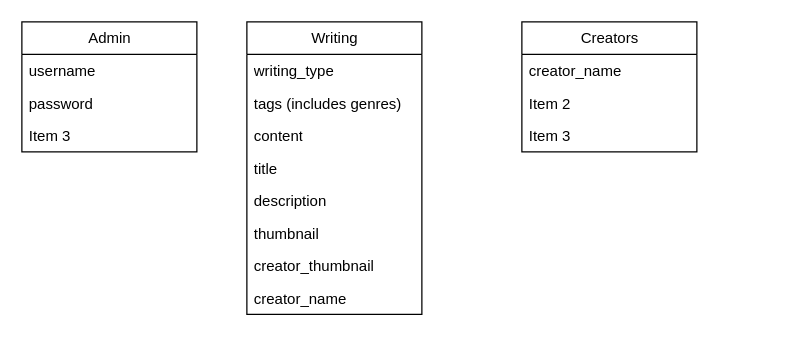
This is schema.drawio from Matt-Eva/stoicelm-express, a draw.io file, before an edit. Source tidied: cells renumbered, new cells numbered last; positions are measured from the earlier drawing's top-left corner, leaving out a move shared by most shapes. Both pictures are drawn from the tidied source at 125%, with x=0, y=0 at pixel (21, 21).
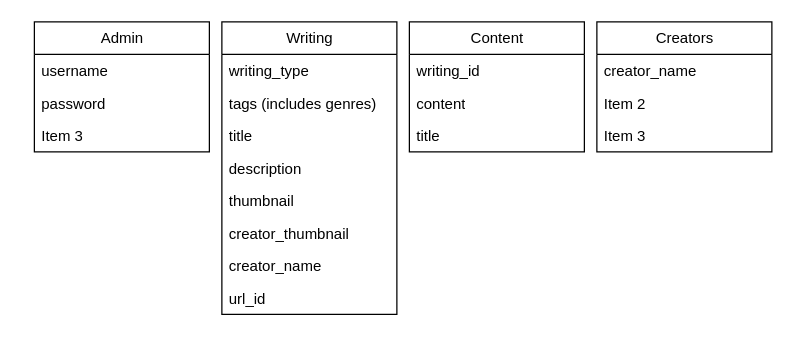
The same page after the edit.

Commit message:
added content table to diagram

Change to the diagram source:
```diff
@@
     <mxCell id="2" value="Admin" style="swimlane;fontStyle=0;horizontal=1;startSize=26;fillColor=none;html=1;" parent="1" vertex="1">
-      <mxGeometry width="140" height="104" as="geometry" />
+      <mxGeometry x="10" width="140" height="104" as="geometry" />
     </mxCell>
@@
     <mxCell id="6" value="Writing" style="swimlane;fontStyle=0;horizontal=1;startSize=26;fillColor=none;html=1;" parent="1" vertex="1">
-      <mxGeometry x="180" width="140" height="234" as="geometry" />
+      <mxGeometry x="160" width="140" height="234" as="geometry" />
     </mxCell>
@@
-    <mxCell id="9" value="content" style="text;strokeColor=none;fillColor=none;align=left;verticalAlign=top;spacingLeft=4;spacingRight=4;overflow=hidden;whiteSpace=wrap;html=1;" parent="6" vertex="1">
-      <mxGeometry y="78" width="140" height="26" as="geometry" />
-    </mxCell>
     <mxCell id="10" value="title" style="text;strokeColor=none;fillColor=none;align=left;verticalAlign=top;spacingLeft=4;spacingRight=4;overflow=hidden;whiteSpace=wrap;html=1;" parent="6" vertex="1">
-      <mxGeometry y="104" width="140" height="26" as="geometry" />
+      <mxGeometry y="78" width="140" height="26" as="geometry" />
     </mxCell>
     <mxCell id="11" value="description" style="text;strokeColor=none;fillColor=none;align=left;verticalAlign=top;spacingLeft=4;spacingRight=4;overflow=hidden;whiteSpace=wrap;html=1;" parent="6" vertex="1">
-      <mxGeometry y="130" width="140" height="26" as="geometry" />
+      <mxGeometry y="104" width="140" height="26" as="geometry" />
     </mxCell>
     <mxCell id="12" value="thumbnail" style="text;strokeColor=none;fillColor=none;align=left;verticalAlign=top;spacingLeft=4;spacingRight=4;overflow=hidden;whiteSpace=wrap;html=1;" parent="6" vertex="1">
-      <mxGeometry y="156" width="140" height="26" as="geometry" />
+      <mxGeometry y="130" width="140" height="26" as="geometry" />
     </mxCell>
     <mxCell id="13" value="creator_thumbnail" style="text;strokeColor=none;fillColor=none;align=left;verticalAlign=top;spacingLeft=4;spacingRight=4;overflow=hidden;whiteSpace=wrap;html=1;" parent="6" vertex="1">
-      <mxGeometry y="182" width="140" height="26" as="geometry" />
+      <mxGeometry y="156" width="140" height="26" as="geometry" />
     </mxCell>
     <mxCell id="14" value="creator_name" style="text;strokeColor=none;fillColor=none;align=left;verticalAlign=top;spacingLeft=4;spacingRight=4;overflow=hidden;whiteSpace=wrap;html=1;" parent="6" vertex="1">
-      <mxGeometry y="208" width="140" height="26" as="geometry" />
+      <mxGeometry y="182" width="140" height="26" as="geometry" />
     </mxCell>
+    <mxCell id="19" value="url_id" style="text;strokeColor=none;fillColor=none;align=left;verticalAlign=top;spacingLeft=4;spacingRight=4;overflow=hidden;whiteSpace=wrap;html=1;" parent="6" vertex="1">
+      <mxGeometry y="208" width="140" height="26" as="geometry" />
+    </mxCell>
     <mxCell id="15" value="Creators" style="swimlane;fontStyle=0;horizontal=1;startSize=26;fillColor=none;html=1;" parent="1" vertex="1">
-      <mxGeometry x="400" width="140" height="104" as="geometry" />
+      <mxGeometry x="460" width="140" height="104" as="geometry" />
     </mxCell>
@@
+    <mxCell id="20" value="Content" style="swimlane;fontStyle=0;horizontal=1;startSize=26;fillColor=none;html=1;" parent="1" vertex="1">
+      <mxGeometry x="310" width="140" height="104" as="geometry" />
+    </mxCell>
+    <mxCell id="21" value="writing_id" style="text;strokeColor=none;fillColor=none;align=left;verticalAlign=top;spacingLeft=4;spacingRight=4;overflow=hidden;whiteSpace=wrap;html=1;" parent="20" vertex="1">
+      <mxGeometry y="26" width="140" height="26" as="geometry" />
+    </mxCell>
+    <mxCell id="9" value="content" style="text;strokeColor=none;fillColor=none;align=left;verticalAlign=top;spacingLeft=4;spacingRight=4;overflow=hidden;whiteSpace=wrap;html=1;" parent="20" vertex="1">
+      <mxGeometry y="52" width="140" height="26" as="geometry" />
+    </mxCell>
+    <mxCell id="22" value="title" style="text;strokeColor=none;fillColor=none;align=left;verticalAlign=top;spacingLeft=4;spacingRight=4;overflow=hidden;whiteSpace=wrap;html=1;" parent="20" vertex="1">
+      <mxGeometry y="78" width="140" height="26" as="geometry" />
+    </mxCell>
```
